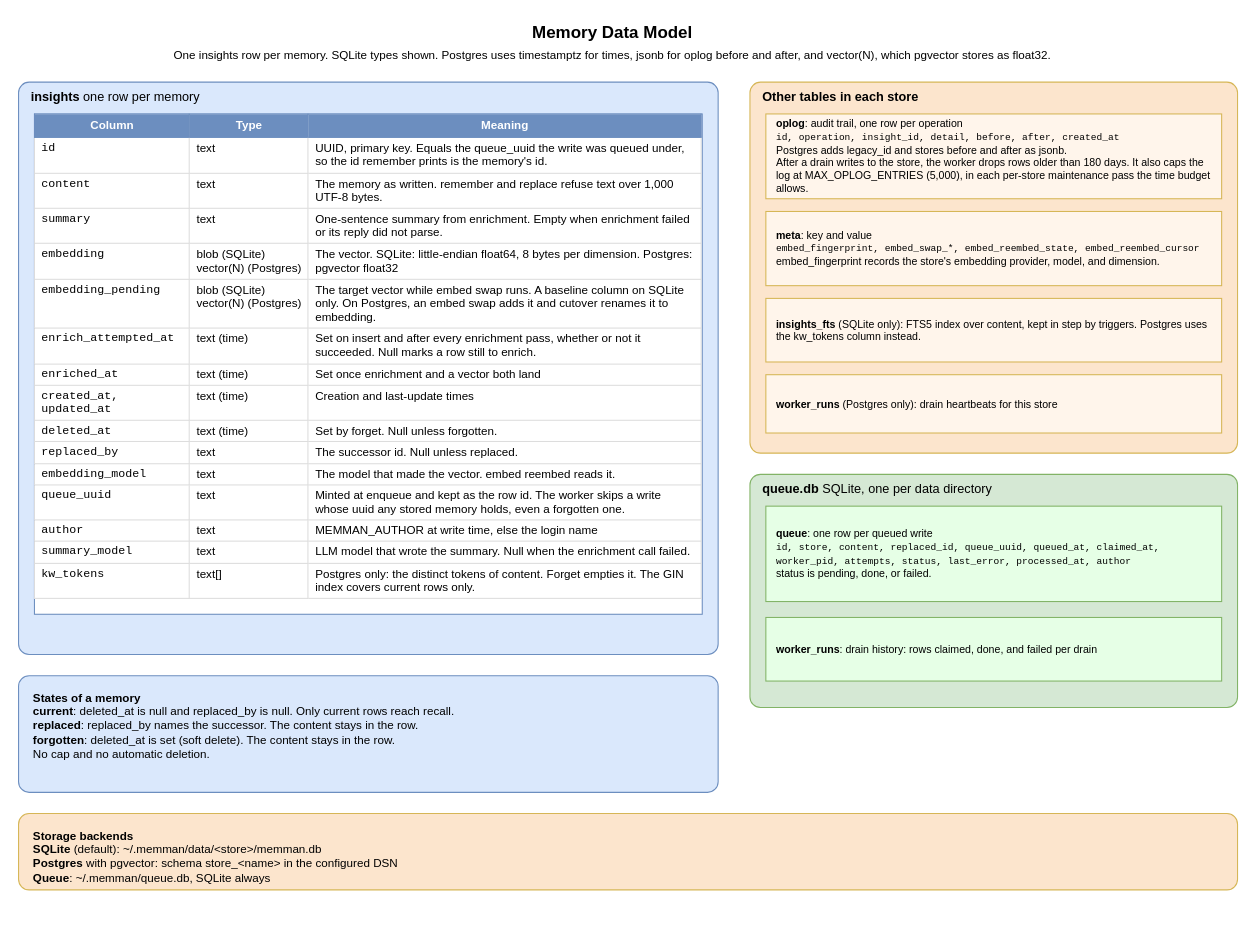
bissli/memman keeps this draw.io diagram as docs/diagrams/03-insight-datamodel.drawio. Above is the earlier version. Source tidied: cells renumbered, new cells numbered last; positions are measured from the earlier drawing's top-left corner, leaving out a move shared by most shapes. Both pictures are drawn from the tidied source at 106%, with x=0, y=0 at pixel (18, 18).
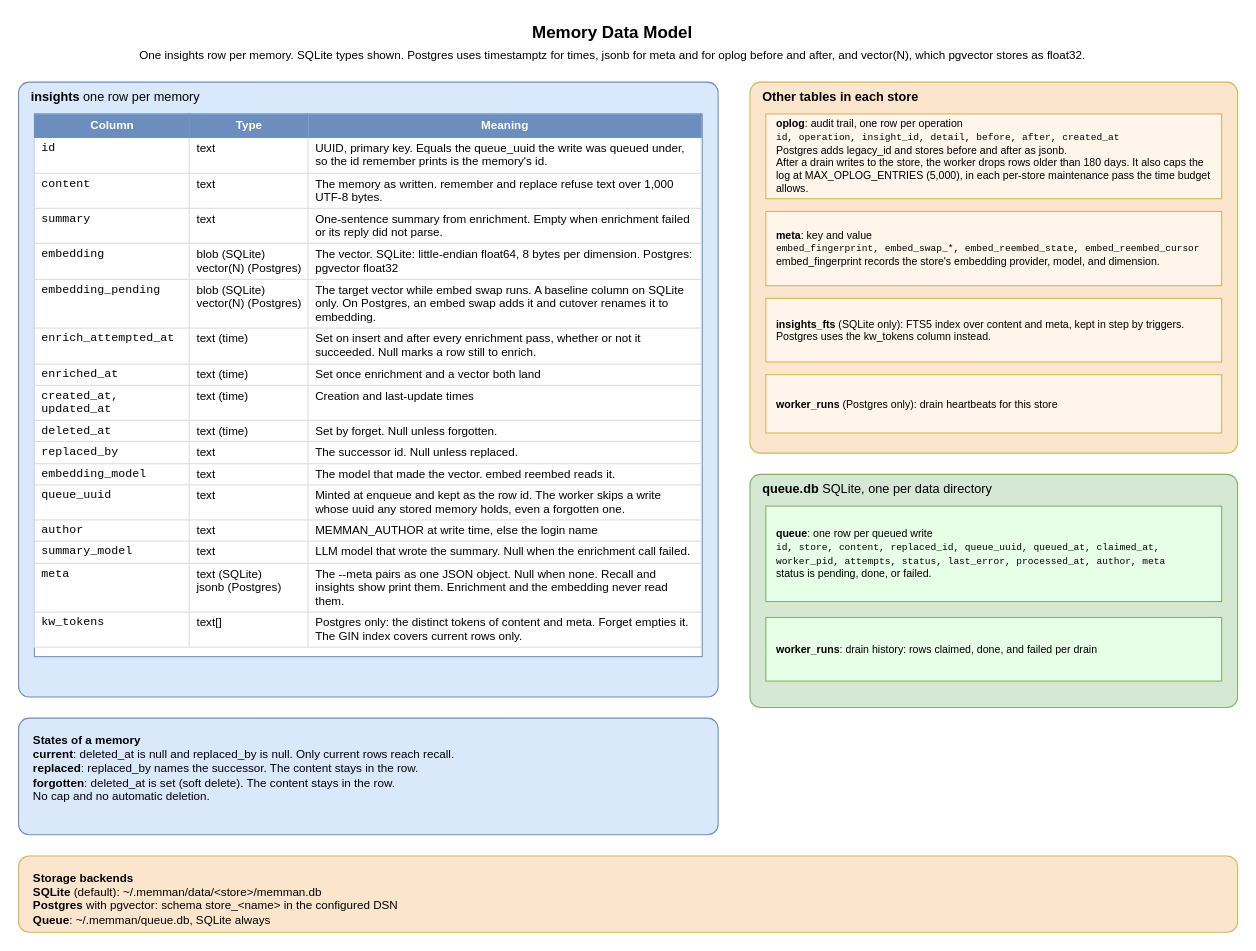
After the change.

Change to the diagram source:
```diff
@@
-    <mxCell id="2" value="&lt;b&gt;Memory Data Model&lt;/b&gt;&lt;br&gt;&lt;font style=&quot;font-size:11px&quot;&gt;One insights row per memory. SQLite types shown. Postgres uses timestamptz for times, jsonb for oplog before and after, and vector(N), which pgvector stores as float32.&lt;/font&gt;" style="text;html=1;align=center;verticalAlign=middle;fontSize=16;strokeColor=none;fillColor=none;" parent="1" vertex="1">
+    <mxCell id="2" value="&lt;b&gt;Memory Data Model&lt;/b&gt;&lt;br&gt;&lt;font style=&quot;font-size:11px&quot;&gt;One insights row per memory. SQLite types shown. Postgres uses timestamptz for times, jsonb for meta and for oplog before and after, and vector(N), which pgvector stores as float32.&lt;/font&gt;" style="text;html=1;align=center;verticalAlign=middle;fontSize=16;strokeColor=none;fillColor=none;" parent="1" vertex="1">
       <mxGeometry x="200" width="720" height="45" as="geometry" />
     </mxCell>
     <mxCell id="3" value="&lt;b&gt;insights&lt;/b&gt;  one row per memory" style="rounded=1;absoluteArcSize=1;arcSize=20;whiteSpace=wrap;html=1;fillColor=#dae8fc;strokeColor=#6c8ebf;verticalAlign=top;align=left;spacingLeft=10;fontSize=12;" parent="1" vertex="1">
-      <mxGeometry y="60" width="660" height="540" as="geometry" />
+      <mxGeometry y="60" width="660" height="580" as="geometry" />
     </mxCell>
-    <mxCell id="4" value="&lt;table style=&quot;font-size:11px; border-collapse:collapse; width:100%&quot;&gt;&lt;tr style=&quot;background:#6c8ebf; color:white; font-weight:bold;&quot;&gt;&lt;td style=&quot;padding:4px 6px; border:1px solid #6c8ebf;&quot;&gt;Column&lt;/td&gt;&lt;td style=&quot;padding:4px 6px; border:1px solid #6c8ebf;&quot;&gt;Type&lt;/td&gt;&lt;td style=&quot;padding:4px 6px; border:1px solid #6c8ebf;&quot;&gt;Meaning&lt;/td&gt;&lt;/tr&gt;&lt;tr&gt;&lt;td style=&quot;padding:3px 6px; border:1px solid #ddd; vertical-align:top; text-align:left; font-family:monospace;&quot;&gt;id&lt;/td&gt;&lt;td style=&quot;padding:3px 6px; border:1px solid #ddd; vertical-align:top; text-align:left; white-space:nowrap;&quot;&gt;text&lt;/td&gt;&lt;td style=&quot;padding:3px 6px; border:1px solid #ddd; vertical-align:top; text-align:left;&quot;&gt;UUID, primary key. Equals the queue_uuid the write was queued under, so the id remember prints is the memory's id.&lt;/td&gt;&lt;/tr&gt;&lt;tr&gt;&lt;td style=&quot;padding:3px 6px; border:1px solid #ddd; vertical-align:top; text-align:left; font-family:monospace;&quot;&gt;content&lt;/td&gt;&lt;td style=&quot;padding:3px 6px; border:1px solid #ddd; vertical-align:top; text-align:left; white-space:nowrap;&quot;&gt;text&lt;/td&gt;&lt;td style=&quot;padding:3px 6px; border:1px solid #ddd; vertical-align:top; text-align:left;&quot;&gt;The memory as written. remember and replace refuse text over 1,000 UTF-8 bytes.&lt;/td&gt;&lt;/tr&gt;&lt;tr&gt;&lt;td style=&quot;padding:3px 6px; border:1px solid #ddd; vertical-align:top; text-align:left; font-family:monospace;&quot;&gt;summary&lt;/td&gt;&lt;td style=&quot;padding:3px 6px; border:1px solid #ddd; vertical-align:top; text-align:left; white-space:nowrap;&quot;&gt;text&lt;/td&gt;&lt;td style=&quot;padding:3px 6px; border:1px solid #ddd; vertical-align:top; text-align:left;&quot;&gt;One-sentence summary from enrichment. Empty when enrichment failed or its reply did not parse.&lt;/td&gt;&lt;/tr&gt;&lt;tr&gt;&lt;td style=&quot;padding:3px 6px; border:1px solid #ddd; vertical-align:top; text-align:left; font-family:monospace;&quot;&gt;embedding&lt;/td&gt;&lt;td style=&quot;padding:3px 6px; border:1px solid #ddd; vertical-align:top; text-align:left; white-space:nowrap;&quot;&gt;blob (SQLite)&lt;br&gt;vector(N) (Postgres)&lt;/td&gt;&lt;td style=&quot;padding:3px 6px; border:1px solid #ddd; vertical-align:top; text-align:left;&quot;&gt;The vector. SQLite: little-endian float64, 8 bytes per dimension. Postgres: pgvector float32&lt;/td&gt;&lt;/tr&gt;&lt;tr&gt;&lt;td style=&quot;padding:3px 6px; border:1px solid #ddd; vertical-align:top; text-align:left; font-family:monospace;&quot;&gt;embedding_pending&lt;/td&gt;&lt;td style=&quot;padding:3px 6px; border:1px solid #ddd; vertical-align:top; text-align:left; white-space:nowrap;&quot;&gt;blob (SQLite)&lt;br&gt;vector(N) (Postgres)&lt;/td&gt;&lt;td style=&quot;padding:3px 6px; border:1px solid #ddd; vertical-align:top; text-align:left;&quot;&gt;The target vector while embed swap runs. A baseline column on SQLite only. On Postgres, an embed swap adds it and cutover renames it to embedding.&lt;/td&gt;&lt;/tr&gt;&lt;tr&gt;&lt;td style=&quot;padding:3px 6px; border:1px solid #ddd; vertical-align:top; text-align:left; font-family:monospace;&quot;&gt;enrich_attempted_at&lt;/td&gt;&lt;td style=&quot;padding:3px 6px; border:1px solid #ddd; vertical-align:top; text-align:left; white-space:nowrap;&quot;&gt;text (time)&lt;/td&gt;&lt;td style=&quot;padding:3px 6px; border:1px solid #ddd; vertical-align:top; text-align:left;&quot;&gt;Set on insert and after every enrichment pass, whether or not it succeeded. Null marks a row still to enrich.&lt;/td&gt;&lt;/tr&gt;&lt;tr&gt;&lt;td style=&quot;padding:3px 6px; border:1px solid #ddd; vertical-align:top; text-align:left; font-family:monospace;&quot;&gt;enriched_at&lt;/td&gt;&lt;td style=&quot;padding:3px 6px; border:1px solid #ddd; vertical-align:top; text-align:left; white-space:nowrap;&quot;&gt;text (time)&lt;/td&gt;&lt;td style=&quot;padding:3px 6px; border:1px solid #ddd; vertical-align:top; text-align:left;&quot;&gt;Set once enrichment and a vector both land&lt;/td&gt;&lt;/tr&gt;&lt;tr&gt;&lt;td style=&quot;padding:3px 6px; border:1px solid #ddd; vertical-align:top; text-align:left; font-family:monospace;&quot;&gt;created_at, updated_at&lt;/td&gt;&lt;td style=&quot;padding:3px 6px; border:1px solid #ddd; vertical-align:top; text-align:left; white-space:nowrap;&quot;&gt;text (time)&lt;/td&gt;&lt;td style=&quot;padding:3px 6px; border:1px solid #ddd; vertical-align:top; text-align:left;&quot;&gt;Creation and last-update times&lt;/td&gt;&lt;/tr&gt;&lt;tr&gt;&lt;td style=&quot;padding:3px 6px; border:1px solid #ddd; vertical-align:top; text-align:left; font-family:monospace;&quot;&gt;deleted_at&lt;/td&gt;&lt;td style=&quot;padding:3px 6px; border:1px solid #ddd; vertical-align:top; text-align:left; white-space:nowrap;&quot;&gt;text (time)&lt;/td&gt;&lt;td style=&quot;padding:3px 6px; border:1px solid #ddd; vertical-align:top; text-align:left;&quot;&gt;Set by forget. Null unless forgotten.&lt;/td&gt;&lt;/tr&gt;&lt;tr&gt;&lt;td style=&quot;padding:3px 6px; border:1px solid #ddd; vertical-align:top; text-align:left; font-family:monospace;&quot;&gt;replaced_by&lt;/td&gt;&lt;td style=&quot;padding:3px 6px; border:1px solid #ddd; vertical-align:top; text-align:left; white-space:nowrap;&quot;&gt;text&lt;/td&gt;&lt;td style=&quot;padding:3px 6px; border:1px solid #ddd; vertical-align:top; text-align:left;&quot;&gt;The successor id. Null unless replaced.&lt;/td&gt;&lt;/tr&gt;&lt;tr&gt;&lt;td style=&quot;padding:3px 6px; border:1px solid #ddd; vertical-align:top; text-align:left; font-family:monospace;&quot;&gt;embedding_model&lt;/td&gt;&lt;td style=&quot;padding:3px 6px; border:1px solid #ddd; vertical-align:top; text-align:left; white-space:nowrap;&quot;&gt;text&lt;/td&gt;&lt;td style=&quot;padding:3px 6px; border:1px solid #ddd; vertical-align:top; text-align:left;&quot;&gt;The model that made the vector. embed reembed reads it.&lt;/td&gt;&lt;/tr&gt;&lt;tr&gt;&lt;td style=&quot;padding:3px 6px; border:1px solid #ddd; vertical-align:top; text-align:left; font-family:monospace;&quot;&gt;queue_uuid&lt;/td&gt;&lt;td style=&quot;padding:3px 6px; border:1px solid #ddd; vertical-align:top; text-align:left; white-space:nowrap;&quot;&gt;text&lt;/td&gt;&lt;td style=&quot;padding:3px 6px; border:1px solid #ddd; vertical-align:top; text-align:left;&quot;&gt;Minted at enqueue and kept as the row id. The worker skips a write whose uuid any stored memory holds, even a forgotten one.&lt;/td&gt;&lt;/tr&gt;&lt;tr&gt;&lt;td style=&quot;padding:3px 6px; border:1px solid #ddd; vertical-align:top; text-align:left; font-family:monospace;&quot;&gt;author&lt;/td&gt;&lt;td style=&quot;padding:3px 6px; border:1px solid #ddd; vertical-align:top; text-align:left; white-space:nowrap;&quot;&gt;text&lt;/td&gt;&lt;td style=&quot;padding:3px 6px; border:1px solid #ddd; vertical-align:top; text-align:left;&quot;&gt;MEMMAN_AUTHOR at write time, else the login name&lt;/td&gt;&lt;/tr&gt;&lt;tr&gt;&lt;td style=&quot;padding:3px 6px; border:1px solid #ddd; vertical-align:top; text-align:left; font-family:monospace;&quot;&gt;summary_model&lt;/td&gt;&lt;td style=&quot;padding:3px 6px; border:1px solid #ddd; vertical-align:top; text-align:left; white-space:nowrap;&quot;&gt;text&lt;/td&gt;&lt;td style=&quot;padding:3px 6px; border:1px solid #ddd; vertical-align:top; text-align:left;&quot;&gt;LLM model that wrote the summary. Null when the enrichment call failed.&lt;/td&gt;&lt;/tr&gt;&lt;tr&gt;&lt;td style=&quot;padding:3px 6px; border:1px solid #ddd; vertical-align:top; text-align:left; font-family:monospace;&quot;&gt;kw_tokens&lt;/td&gt;&lt;td style=&quot;padding:3px 6px; border:1px solid #ddd; vertical-align:top; text-align:left; white-space:nowrap;&quot;&gt;text[]&lt;/td&gt;&lt;td style=&quot;padding:3px 6px; border:1px solid #ddd; vertical-align:top; text-align:left;&quot;&gt;Postgres only: the distinct tokens of content. Forget empties it. The GIN index covers current rows only.&lt;/td&gt;&lt;/tr&gt;&lt;/table&gt;" style="rounded=0;whiteSpace=wrap;html=1;overflow=fill;fillColor=#ffffff;strokeColor=#6c8ebf;verticalAlign=top;" parent="1" vertex="1">
-      <mxGeometry x="15" y="90" width="630" height="472" as="geometry" />
+    <mxCell id="4" value="&lt;table style=&quot;font-size:11px; border-collapse:collapse; width:100%&quot;&gt;&lt;tr style=&quot;background:#6c8ebf; color:white; font-weight:bold;&quot;&gt;&lt;td style=&quot;padding:4px 6px; border:1px solid #6c8ebf;&quot;&gt;Column&lt;/td&gt;&lt;td style=&quot;padding:4px 6px; border:1px solid #6c8ebf;&quot;&gt;Type&lt;/td&gt;&lt;td style=&quot;padding:4px 6px; border:1px solid #6c8ebf;&quot;&gt;Meaning&lt;/td&gt;&lt;/tr&gt;&lt;tr&gt;&lt;td style=&quot;padding:3px 6px; border:1px solid #ddd; vertical-align:top; text-align:left; font-family:monospace;&quot;&gt;id&lt;/td&gt;&lt;td style=&quot;padding:3px 6px; border:1px solid #ddd; vertical-align:top; text-align:left; white-space:nowrap;&quot;&gt;text&lt;/td&gt;&lt;td style=&quot;padding:3px 6px; border:1px solid #ddd; vertical-align:top; text-align:left;&quot;&gt;UUID, primary key. Equals the queue_uuid the write was queued under, so the id remember prints is the memory's id.&lt;/td&gt;&lt;/tr&gt;&lt;tr&gt;&lt;td style=&quot;padding:3px 6px; border:1px solid #ddd; vertical-align:top; text-align:left; font-family:monospace;&quot;&gt;content&lt;/td&gt;&lt;td style=&quot;padding:3px 6px; border:1px solid #ddd; vertical-align:top; text-align:left; white-space:nowrap;&quot;&gt;text&lt;/td&gt;&lt;td style=&quot;padding:3px 6px; border:1px solid #ddd; vertical-align:top; text-align:left;&quot;&gt;The memory as written. remember and replace refuse text over 1,000 UTF-8 bytes.&lt;/td&gt;&lt;/tr&gt;&lt;tr&gt;&lt;td style=&quot;padding:3px 6px; border:1px solid #ddd; vertical-align:top; text-align:left; font-family:monospace;&quot;&gt;summary&lt;/td&gt;&lt;td style=&quot;padding:3px 6px; border:1px solid #ddd; vertical-align:top; text-align:left; white-space:nowrap;&quot;&gt;text&lt;/td&gt;&lt;td style=&quot;padding:3px 6px; border:1px solid #ddd; vertical-align:top; text-align:left;&quot;&gt;One-sentence summary from enrichment. Empty when enrichment failed or its reply did not parse.&lt;/td&gt;&lt;/tr&gt;&lt;tr&gt;&lt;td style=&quot;padding:3px 6px; border:1px solid #ddd; vertical-align:top; text-align:left; font-family:monospace;&quot;&gt;embedding&lt;/td&gt;&lt;td style=&quot;padding:3px 6px; border:1px solid #ddd; vertical-align:top; text-align:left; white-space:nowrap;&quot;&gt;blob (SQLite)&lt;br&gt;vector(N) (Postgres)&lt;/td&gt;&lt;td style=&quot;padding:3px 6px; border:1px solid #ddd; vertical-align:top; text-align:left;&quot;&gt;The vector. SQLite: little-endian float64, 8 bytes per dimension. Postgres: pgvector float32&lt;/td&gt;&lt;/tr&gt;&lt;tr&gt;&lt;td style=&quot;padding:3px 6px; border:1px solid #ddd; vertical-align:top; text-align:left; font-family:monospace;&quot;&gt;embedding_pending&lt;/td&gt;&lt;td style=&quot;padding:3px 6px; border:1px solid #ddd; vertical-align:top; text-align:left; white-space:nowrap;&quot;&gt;blob (SQLite)&lt;br&gt;vector(N) (Postgres)&lt;/td&gt;&lt;td style=&quot;padding:3px 6px; border:1px solid #ddd; vertical-align:top; text-align:left;&quot;&gt;The target vector while embed swap runs. A baseline column on SQLite only. On Postgres, an embed swap adds it and cutover renames it to embedding.&lt;/td&gt;&lt;/tr&gt;&lt;tr&gt;&lt;td style=&quot;padding:3px 6px; border:1px solid #ddd; vertical-align:top; text-align:left; font-family:monospace;&quot;&gt;enrich_attempted_at&lt;/td&gt;&lt;td style=&quot;padding:3px 6px; border:1px solid #ddd; vertical-align:top; text-align:left; white-space:nowrap;&quot;&gt;text (time)&lt;/td&gt;&lt;td style=&quot;padding:3px 6px; border:1px solid #ddd; vertical-align:top; text-align:left;&quot;&gt;Set on insert and after every enrichment pass, whether or not it succeeded. Null marks a row still to enrich.&lt;/td&gt;&lt;/tr&gt;&lt;tr&gt;&lt;td style=&quot;padding:3px 6px; border:1px solid #ddd; vertical-align:top; text-align:left; font-family:monospace;&quot;&gt;enriched_at&lt;/td&gt;&lt;td style=&quot;padding:3px 6px; border:1px solid #ddd; vertical-align:top; text-align:left; white-space:nowrap;&quot;&gt;text (time)&lt;/td&gt;&lt;td style=&quot;padding:3px 6px; border:1px solid #ddd; vertical-align:top; text-align:left;&quot;&gt;Set once enrichment and a vector both land&lt;/td&gt;&lt;/tr&gt;&lt;tr&gt;&lt;td style=&quot;padding:3px 6px; border:1px solid #ddd; vertical-align:top; text-align:left; font-family:monospace;&quot;&gt;created_at, updated_at&lt;/td&gt;&lt;td style=&quot;padding:3px 6px; border:1px solid #ddd; vertical-align:top; text-align:left; white-space:nowrap;&quot;&gt;text (time)&lt;/td&gt;&lt;td style=&quot;padding:3px 6px; border:1px solid #ddd; vertical-align:top; text-align:left;&quot;&gt;Creation and last-update times&lt;/td&gt;&lt;/tr&gt;&lt;tr&gt;&lt;td style=&quot;padding:3px 6px; border:1px solid #ddd; vertical-align:top; text-align:left; font-family:monospace;&quot;&gt;deleted_at&lt;/td&gt;&lt;td style=&quot;padding:3px 6px; border:1px solid #ddd; vertical-align:top; text-align:left; white-space:nowrap;&quot;&gt;text (time)&lt;/td&gt;&lt;td style=&quot;padding:3px 6px; border:1px solid #ddd; vertical-align:top; text-align:left;&quot;&gt;Set by forget. Null unless forgotten.&lt;/td&gt;&lt;/tr&gt;&lt;tr&gt;&lt;td style=&quot;padding:3px 6px; border:1px solid #ddd; vertical-align:top; text-align:left; font-family:monospace;&quot;&gt;replaced_by&lt;/td&gt;&lt;td style=&quot;padding:3px 6px; border:1px solid #ddd; vertical-align:top; text-align:left; white-space:nowrap;&quot;&gt;text&lt;/td&gt;&lt;td style=&quot;padding:3px 6px; border:1px solid #ddd; vertical-align:top; text-align:left;&quot;&gt;The successor id. Null unless replaced.&lt;/td&gt;&lt;/tr&gt;&lt;tr&gt;&lt;td style=&quot;padding:3px 6px; border:1px solid #ddd; vertical-align:top; text-align:left; font-family:monospace;&quot;&gt;embedding_model&lt;/td&gt;&lt;td style=&quot;padding:3px 6px; border:1px solid #ddd; vertical-align:top; text-align:left; white-space:nowrap;&quot;&gt;text&lt;/td&gt;&lt;td style=&quot;padding:3px 6px; border:1px solid #ddd; vertical-align:top; text-align:left;&quot;&gt;The model that made the vector. embed reembed reads it.&lt;/td&gt;&lt;/tr&gt;&lt;tr&gt;&lt;td style=&quot;padding:3px 6px; border:1px solid #ddd; vertical-align:top; text-align:left; font-family:monospace;&quot;&gt;queue_uuid&lt;/td&gt;&lt;td style=&quot;padding:3px 6px; border:1px solid #ddd; vertical-align:top; text-align:left; white-space:nowrap;&quot;&gt;text&lt;/td&gt;&lt;td style=&quot;padding:3px 6px; border:1px solid #ddd; vertical-align:top; text-align:left;&quot;&gt;Minted at enqueue and kept as the row id. The worker skips a write whose uuid any stored memory holds, even a forgotten one.&lt;/td&gt;&lt;/tr&gt;&lt;tr&gt;&lt;td style=&quot;padding:3px 6px; border:1px solid #ddd; vertical-align:top; text-align:left; font-family:monospace;&quot;&gt;author&lt;/td&gt;&lt;td style=&quot;padding:3px 6px; border:1px solid #ddd; vertical-align:top; text-align:left; white-space:nowrap;&quot;&gt;text&lt;/td&gt;&lt;td style=&quot;padding:3px 6px; border:1px solid #ddd; vertical-align:top; text-align:left;&quot;&gt;MEMMAN_AUTHOR at write time, else the login name&lt;/td&gt;&lt;/tr&gt;&lt;tr&gt;&lt;td style=&quot;padding:3px 6px; border:1px solid #ddd; vertical-align:top; text-align:left; font-family:monospace;&quot;&gt;summary_model&lt;/td&gt;&lt;td style=&quot;padding:3px 6px; border:1px solid #ddd; vertical-align:top; text-align:left; white-space:nowrap;&quot;&gt;text&lt;/td&gt;&lt;td style=&quot;padding:3px 6px; border:1px solid #ddd; vertical-align:top; text-align:left;&quot;&gt;LLM model that wrote the summary. Null when the enrichment call failed.&lt;/td&gt;&lt;/tr&gt;&lt;tr&gt;&lt;td style=&quot;padding:3px 6px; border:1px solid #ddd; vertical-align:top; text-align:left; font-family:monospace;&quot;&gt;meta&lt;/td&gt;&lt;td style=&quot;padding:3px 6px; border:1px solid #ddd; vertical-align:top; text-align:left; white-space:nowrap;&quot;&gt;text (SQLite)&lt;br&gt;jsonb (Postgres)&lt;/td&gt;&lt;td style=&quot;padding:3px 6px; border:1px solid #ddd; vertical-align:top; text-align:left;&quot;&gt;The --meta pairs as one JSON object. Null when none. Recall and insights show print them. Enrichment and the embedding never read them.&lt;/td&gt;&lt;/tr&gt;&lt;tr&gt;&lt;td style=&quot;padding:3px 6px; border:1px solid #ddd; vertical-align:top; text-align:left; font-family:monospace;&quot;&gt;kw_tokens&lt;/td&gt;&lt;td style=&quot;padding:3px 6px; border:1px solid #ddd; vertical-align:top; text-align:left; white-space:nowrap;&quot;&gt;text[]&lt;/td&gt;&lt;td style=&quot;padding:3px 6px; border:1px solid #ddd; vertical-align:top; text-align:left;&quot;&gt;Postgres only: the distinct tokens of content and meta. Forget empties it. The GIN index covers current rows only.&lt;/td&gt;&lt;/tr&gt;&lt;/table&gt;" style="rounded=0;whiteSpace=wrap;html=1;overflow=fill;fillColor=#ffffff;strokeColor=#6c8ebf;verticalAlign=top;" parent="1" vertex="1">
+      <mxGeometry x="15" y="90" width="630" height="512" as="geometry" />
     </mxCell>
     <mxCell id="5" value="&lt;b&gt;States of a memory&lt;/b&gt;&lt;br&gt;&lt;b&gt;current&lt;/b&gt;: deleted_at is null and replaced_by is null. Only current rows reach recall.&lt;br&gt;&lt;b&gt;replaced&lt;/b&gt;: replaced_by names the successor. The content stays in the row.&lt;br&gt;&lt;b&gt;forgotten&lt;/b&gt;: deleted_at is set (soft delete). The content stays in the row.&lt;br&gt;No cap and no automatic deletion." style="rounded=1;absoluteArcSize=1;arcSize=20;whiteSpace=wrap;html=1;fillColor=#dae8fc;strokeColor=#6c8ebf;fontSize=11;verticalAlign=top;align=left;spacingLeft=12;spacingTop=8;" parent="1" vertex="1">
-      <mxGeometry y="620" width="660" height="110" as="geometry" />
+      <mxGeometry y="660" width="660" height="110" as="geometry" />
     </mxCell>
@@
-    <mxCell id="9" value="&lt;b&gt;insights_fts&lt;/b&gt; (SQLite only): FTS5 index over content, kept in step by triggers. Postgres uses the kw_tokens column instead." style="rounded=0;whiteSpace=wrap;html=1;fillColor=#FFF5EB;strokeColor=#d6b656;fontSize=10;align=left;spacingLeft=8;spacingRight=8;" parent="1" vertex="1">
+    <mxCell id="9" value="&lt;b&gt;insights_fts&lt;/b&gt; (SQLite only): FTS5 index over content and meta, kept in step by triggers. Postgres uses the kw_tokens column instead." style="rounded=0;whiteSpace=wrap;html=1;fillColor=#FFF5EB;strokeColor=#d6b656;fontSize=10;align=left;spacingLeft=8;spacingRight=8;" parent="1" vertex="1">
       <mxGeometry x="705" y="264" width="430" height="60" as="geometry" />
     </mxCell>
@@
-    <mxCell id="12" value="&lt;b&gt;queue&lt;/b&gt;: one row per queued write&lt;br&gt;&lt;font style=&quot;font-family:monospace;font-size:9px&quot;&gt;id, store, content, replaced_id, queue_uuid, queued_at, claimed_at, worker_pid, attempts, status, last_error, processed_at, author&lt;/font&gt;&lt;br&gt;status is pending, done, or failed." style="rounded=0;whiteSpace=wrap;html=1;fillColor=#E6FFE6;strokeColor=#82b366;fontSize=10;align=left;spacingLeft=8;spacingRight=8;" parent="1" vertex="1">
+    <mxCell id="12" value="&lt;b&gt;queue&lt;/b&gt;: one row per queued write&lt;br&gt;&lt;font style=&quot;font-family:monospace;font-size:9px&quot;&gt;id, store, content, replaced_id, queue_uuid, queued_at, claimed_at, worker_pid, attempts, status, last_error, processed_at, author, meta&lt;/font&gt;&lt;br&gt;status is pending, done, or failed." style="rounded=0;whiteSpace=wrap;html=1;fillColor=#E6FFE6;strokeColor=#82b366;fontSize=10;align=left;spacingLeft=8;spacingRight=8;" parent="1" vertex="1">
       <mxGeometry x="705" y="460" width="430" height="90" as="geometry" />
     </mxCell>
@@
     <mxCell id="14" value="&lt;b&gt;Storage backends&lt;/b&gt;&lt;br&gt;&lt;b&gt;SQLite&lt;/b&gt; (default): ~/.memman/data/&amp;lt;store&amp;gt;/memman.db&lt;br&gt;&lt;b&gt;Postgres&lt;/b&gt; with pgvector: schema store_&amp;lt;name&amp;gt; in the configured DSN&lt;br&gt;&lt;b&gt;Queue&lt;/b&gt;: ~/.memman/queue.db, SQLite always" style="rounded=1;absoluteArcSize=1;arcSize=20;whiteSpace=wrap;html=1;fillColor=#fce5cd;strokeColor=#d6b656;fontSize=11;verticalAlign=top;align=left;spacingLeft=12;spacingTop=8;" parent="1" vertex="1">
-      <mxGeometry y="750" width="1150" height="72" as="geometry" />
+      <mxGeometry y="790" width="1150" height="72" as="geometry" />
     </mxCell>
```
